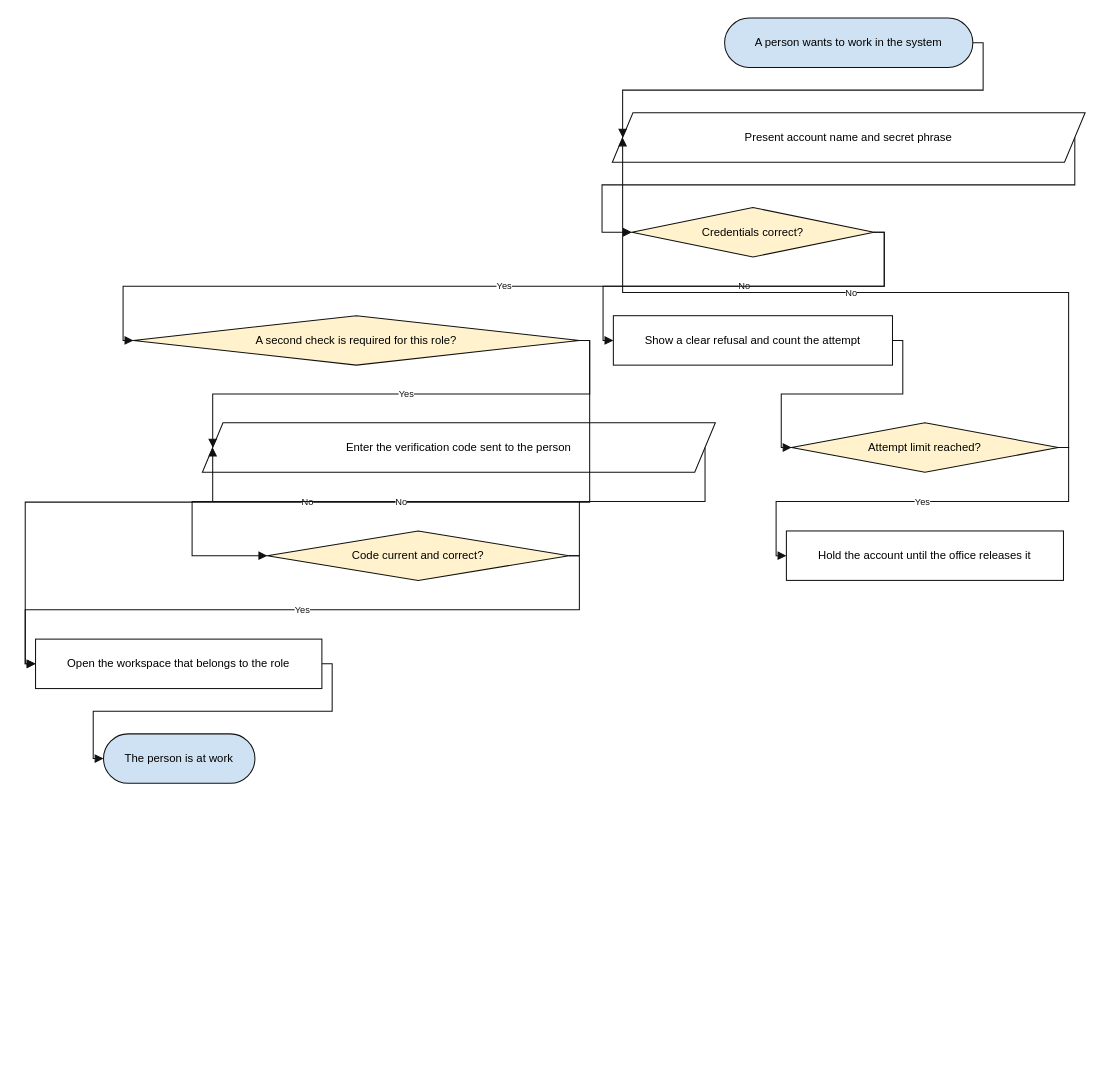
Earlier version of the draw.io diagram docs/diagrams/drawio/12-flowchart-02.drawio (urlsalimbot/THESIS1-KAPWA). Source tidied: cells renumbered, new cells numbered last; positions are measured from the earlier drawing's top-left corner, leaving out a move shared by most shapes. Both pictures are drawn from the tidied source at 103%, with x=0, y=0 at pixel (35, 18).
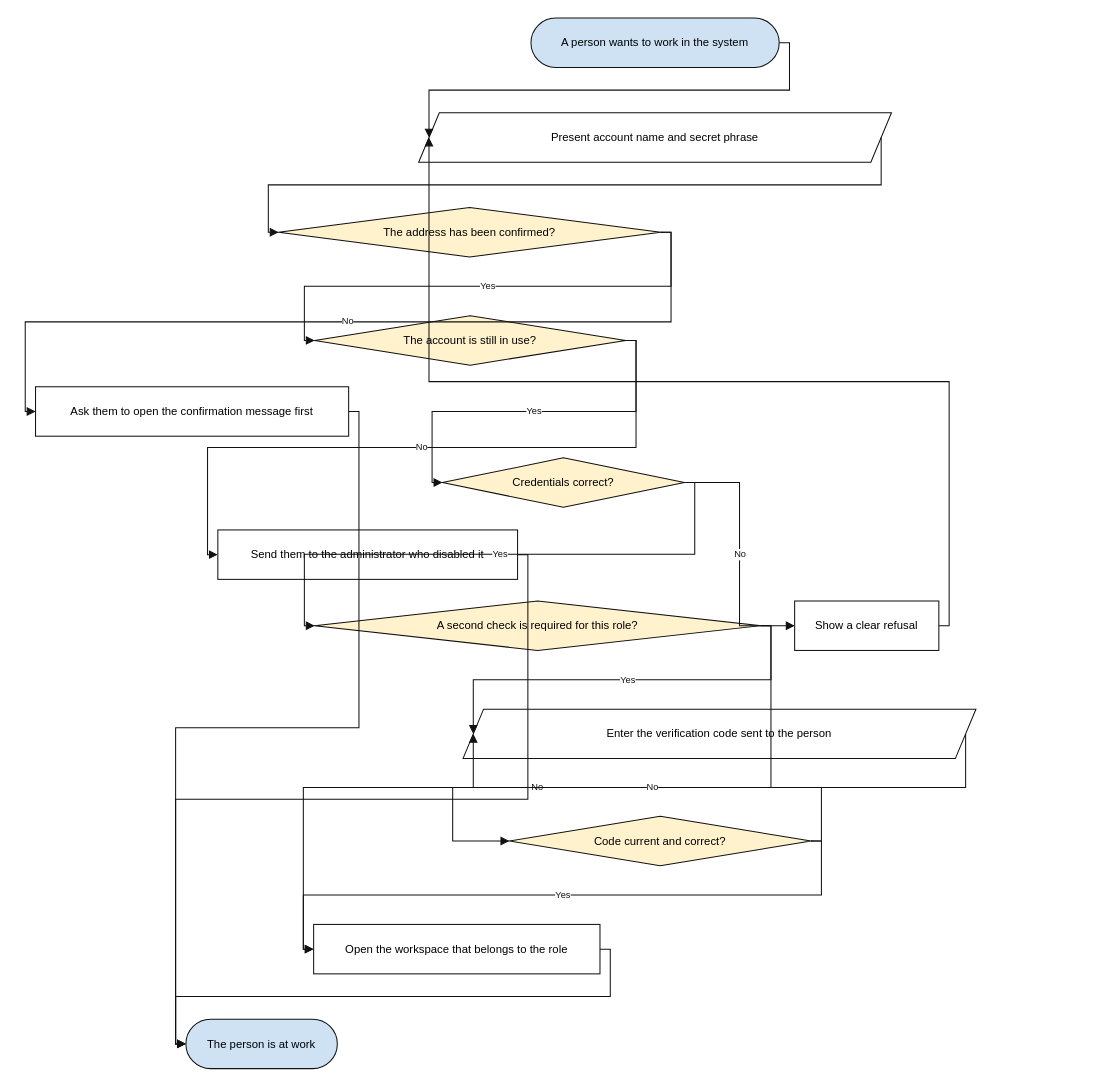
The same diagram, later.

Commit message (it also covers changes not shown here):
docs(flowchart): sign-in chart follows the real gate order

Diff of the diagram source:
```diff
@@
     <mxCell id="2" value="A person wants to work in the system" style="rounded=1;arcSize=50;whiteSpace=wrap;html=1;fillColor=#cfe2f3;strokeColor=#111111;fontSize=11;" parent="1" vertex="1">
-      <mxGeometry x="669" width="241" height="48" as="geometry" />
+      <mxGeometry x="481" width="241" height="48" as="geometry" />
     </mxCell>
     <mxCell id="3" value="Present account name and secret phrase" style="shape=parallelogram;perimeter=parallelogramPerimeter;whiteSpace=wrap;html=1;fixedSize=1;fillColor=#ffffff;strokeColor=#111111;fontSize=11;" parent="1" vertex="1">
-      <mxGeometry x="560" y="92" width="459" height="48" as="geometry" />
+      <mxGeometry x="372" y="92" width="459" height="48" as="geometry" />
     </mxCell>
+    <mxCell id="26" value="The address has been confirmed?" style="rhombus;whiteSpace=wrap;html=1;fillColor=#fff2cc;strokeColor=#111111;fontSize=11;" parent="1" vertex="1">
+      <mxGeometry x="236" y="184" width="371" height="48" as="geometry" />
+    </mxCell>
+    <mxCell id="27" value="Ask them to open the confirmation message first" style="rounded=0;whiteSpace=wrap;html=1;fillColor=#ffffff;strokeColor=#111111;fontSize=11;" parent="1" vertex="1">
+      <mxGeometry y="358" width="304" height="48" as="geometry" />
+    </mxCell>
+    <mxCell id="28" value="The account is still in use?" style="rhombus;whiteSpace=wrap;html=1;fillColor=#fff2cc;strokeColor=#111111;fontSize=11;" parent="1" vertex="1">
+      <mxGeometry x="271" y="289" width="302" height="48" as="geometry" />
+    </mxCell>
+    <mxCell id="7" value="Send them to the administrator who disabled it" style="rounded=0;whiteSpace=wrap;html=1;fillColor=#ffffff;strokeColor=#111111;fontSize=11;" parent="1" vertex="1">
+      <mxGeometry x="177" y="497" width="291" height="48" as="geometry" />
+    </mxCell>
     <mxCell id="4" value="Credentials correct?" style="rhombus;whiteSpace=wrap;html=1;fillColor=#fff2cc;strokeColor=#111111;fontSize=11;" parent="1" vertex="1">
-      <mxGeometry x="579" y="184" width="235" height="48" as="geometry" />
+      <mxGeometry x="395" y="427" width="235" height="48" as="geometry" />
     </mxCell>
-    <mxCell id="5" value="Show a clear refusal and count the attempt" style="rounded=0;whiteSpace=wrap;html=1;fillColor=#ffffff;strokeColor=#111111;fontSize=11;" parent="1" vertex="1">
-      <mxGeometry x="561" y="289" width="271" height="48" as="geometry" />
+    <mxCell id="5" value="Show a clear refusal" style="rounded=0;whiteSpace=wrap;html=1;fillColor=#ffffff;strokeColor=#111111;fontSize=11;" parent="1" vertex="1">
+      <mxGeometry x="737" y="566" width="140" height="48" as="geometry" />
     </mxCell>
-    <mxCell id="6" value="Attempt limit reached?" style="rhombus;whiteSpace=wrap;html=1;fillColor=#fff2cc;strokeColor=#111111;fontSize=11;" parent="1" vertex="1">
-      <mxGeometry x="734" y="393" width="259" height="48" as="geometry" />
-    </mxCell>
-    <mxCell id="7" value="Hold the account until the office releases it" style="rounded=0;whiteSpace=wrap;html=1;fillColor=#ffffff;strokeColor=#111111;fontSize=11;" parent="1" vertex="1">
-      <mxGeometry x="729" y="498" width="269" height="48" as="geometry" />
-    </mxCell>
     <mxCell id="8" value="A second check is required for this role?" style="rhombus;whiteSpace=wrap;html=1;fillColor=#fff2cc;strokeColor=#111111;fontSize=11;" parent="1" vertex="1">
-      <mxGeometry x="95" y="289" width="433" height="48" as="geometry" />
+      <mxGeometry x="271" y="566" width="433" height="48" as="geometry" />
     </mxCell>
     <mxCell id="9" value="Enter the verification code sent to the person" style="shape=parallelogram;perimeter=parallelogramPerimeter;whiteSpace=wrap;html=1;fixedSize=1;fillColor=#ffffff;strokeColor=#111111;fontSize=11;" parent="1" vertex="1">
-      <mxGeometry x="162" y="393" width="498" height="48" as="geometry" />
+      <mxGeometry x="415" y="671" width="498" height="48" as="geometry" />
     </mxCell>
     <mxCell id="10" value="Code current and correct?" style="rhombus;whiteSpace=wrap;html=1;fillColor=#fff2cc;strokeColor=#111111;fontSize=11;" parent="1" vertex="1">
-      <mxGeometry x="225" y="498" width="293" height="48" as="geometry" />
+      <mxGeometry x="460" y="775" width="293" height="48" as="geometry" />
     </mxCell>
     <mxCell id="11" value="Open the workspace that belongs to the role" style="rounded=0;whiteSpace=wrap;html=1;fillColor=#ffffff;strokeColor=#111111;fontSize=11;" parent="1" vertex="1">
-      <mxGeometry y="603" width="278" height="48" as="geometry" />
+      <mxGeometry x="270" y="880" width="278" height="48" as="geometry" />
     </mxCell>
     <mxCell id="12" value="The person is at work" style="rounded=1;arcSize=50;whiteSpace=wrap;html=1;fillColor=#cfe2f3;strokeColor=#111111;fontSize=11;" parent="1" vertex="1">
-      <mxGeometry x="66" y="695" width="147" height="48" as="geometry" />
+      <mxGeometry x="146" y="972" width="147" height="48" as="geometry" />
     </mxCell>
@@
-    <mxCell id="14" style="edgeStyle=orthogonalEdgeStyle;rounded=0;html=1;endArrow=block;endFill=1;strokeColor=#111111;fontSize=9;fontColor=#111111;exitX=1;exitY=0.5;exitDx=0;exitDy=0;entryX=0;entryY=0.5;entryDx=0;entryDy=0;" parent="1" edge="1" source="3" target="4">
+    <mxCell id="14" style="edgeStyle=orthogonalEdgeStyle;rounded=0;html=1;endArrow=block;endFill=1;strokeColor=#111111;fontSize=9;fontColor=#111111;exitX=1;exitY=0.5;exitDx=0;exitDy=0;entryX=0;entryY=0.5;entryDx=0;entryDy=0;" parent="1" edge="1" source="3" target="26">
       <mxGeometry relative="1" as="geometry" />
     </mxCell>
-    <mxCell id="15" value="No" style="edgeStyle=orthogonalEdgeStyle;rounded=0;html=1;endArrow=block;endFill=1;strokeColor=#111111;fontSize=9;fontColor=#111111;exitX=1;exitY=0.5;exitDx=0;exitDy=0;entryX=0;entryY=0.5;entryDx=0;entryDy=0;" parent="1" edge="1" source="4" target="5">
+    <mxCell id="15" value="No" style="edgeStyle=orthogonalEdgeStyle;rounded=0;html=1;endArrow=block;endFill=1;strokeColor=#111111;fontSize=9;fontColor=#111111;exitX=1;exitY=0.5;exitDx=0;exitDy=0;entryX=0;entryY=0.5;entryDx=0;entryDy=0;" parent="1" edge="1" source="26" target="27">
       <mxGeometry relative="1" as="geometry" />
     </mxCell>
-    <mxCell id="16" style="edgeStyle=orthogonalEdgeStyle;rounded=0;html=1;endArrow=block;endFill=1;strokeColor=#111111;fontSize=9;fontColor=#111111;exitX=1;exitY=0.5;exitDx=0;exitDy=0;entryX=0;entryY=0.5;entryDx=0;entryDy=0;" parent="1" edge="1" source="5" target="6">
+    <mxCell id="16" style="edgeStyle=orthogonalEdgeStyle;rounded=0;html=1;endArrow=block;endFill=1;strokeColor=#111111;fontSize=9;fontColor=#111111;exitX=1;exitY=0.5;exitDx=0;exitDy=0;entryX=0;entryY=0.5;entryDx=0;entryDy=0;" parent="1" edge="1" source="27" target="12">
       <mxGeometry relative="1" as="geometry" />
     </mxCell>
-    <mxCell id="17" value="Yes" style="edgeStyle=orthogonalEdgeStyle;rounded=0;html=1;endArrow=block;endFill=1;strokeColor=#111111;fontSize=9;fontColor=#111111;exitX=1;exitY=0.5;exitDx=0;exitDy=0;entryX=0;entryY=0.5;entryDx=0;entryDy=0;" parent="1" edge="1" source="6" target="7">
+    <mxCell id="17" value="Yes" style="edgeStyle=orthogonalEdgeStyle;rounded=0;html=1;endArrow=block;endFill=1;strokeColor=#111111;fontSize=9;fontColor=#111111;exitX=1;exitY=0.5;exitDx=0;exitDy=0;entryX=0;entryY=0.5;entryDx=0;entryDy=0;" parent="1" edge="1" source="26" target="28">
       <mxGeometry relative="1" as="geometry" />
     </mxCell>
-    <mxCell id="18" value="No" style="edgeStyle=orthogonalEdgeStyle;rounded=0;html=1;endArrow=block;endFill=1;strokeColor=#111111;fontSize=9;fontColor=#111111;exitX=1;exitY=0.5;exitDx=0;exitDy=0;entryX=0;entryY=0.5;entryDx=0;entryDy=0;" parent="1" edge="1" source="6" target="3">
+    <mxCell id="18" value="No" style="edgeStyle=orthogonalEdgeStyle;rounded=0;html=1;endArrow=block;endFill=1;strokeColor=#111111;fontSize=9;fontColor=#111111;exitX=1;exitY=0.5;exitDx=0;exitDy=0;entryX=0;entryY=0.5;entryDx=0;entryDy=0;" parent="1" edge="1" source="28" target="7">
       <mxGeometry relative="1" as="geometry" />
     </mxCell>
-    <mxCell id="19" value="Yes" style="edgeStyle=orthogonalEdgeStyle;rounded=0;html=1;endArrow=block;endFill=1;strokeColor=#111111;fontSize=9;fontColor=#111111;exitX=1;exitY=0.5;exitDx=0;exitDy=0;entryX=0;entryY=0.5;entryDx=0;entryDy=0;" parent="1" edge="1" source="4" target="8">
+    <mxCell id="19" style="edgeStyle=orthogonalEdgeStyle;rounded=0;html=1;endArrow=block;endFill=1;strokeColor=#111111;fontSize=9;fontColor=#111111;exitX=1;exitY=0.5;exitDx=0;exitDy=0;entryX=0;entryY=0.5;entryDx=0;entryDy=0;" parent="1" edge="1" source="7" target="12">
       <mxGeometry relative="1" as="geometry" />
     </mxCell>
-    <mxCell id="20" value="No" style="edgeStyle=orthogonalEdgeStyle;rounded=0;html=1;endArrow=block;endFill=1;strokeColor=#111111;fontSize=9;fontColor=#111111;exitX=1;exitY=0.5;exitDx=0;exitDy=0;entryX=0;entryY=0.5;entryDx=0;entryDy=0;" parent="1" edge="1" source="8" target="11">
+    <mxCell id="20" value="Yes" style="edgeStyle=orthogonalEdgeStyle;rounded=0;html=1;endArrow=block;endFill=1;strokeColor=#111111;fontSize=9;fontColor=#111111;exitX=1;exitY=0.5;exitDx=0;exitDy=0;entryX=0;entryY=0.5;entryDx=0;entryDy=0;" parent="1" edge="1" source="28" target="4">
       <mxGeometry relative="1" as="geometry" />
     </mxCell>
-    <mxCell id="21" value="Yes" style="edgeStyle=orthogonalEdgeStyle;rounded=0;html=1;endArrow=block;endFill=1;strokeColor=#111111;fontSize=9;fontColor=#111111;exitX=1;exitY=0.5;exitDx=0;exitDy=0;entryX=0;entryY=0.5;entryDx=0;entryDy=0;" parent="1" edge="1" source="8" target="9">
+    <mxCell id="21" value="No" style="edgeStyle=orthogonalEdgeStyle;rounded=0;html=1;endArrow=block;endFill=1;strokeColor=#111111;fontSize=9;fontColor=#111111;exitX=1;exitY=0.5;exitDx=0;exitDy=0;entryX=0;entryY=0.5;entryDx=0;entryDy=0;" parent="1" edge="1" source="4" target="5">
       <mxGeometry relative="1" as="geometry" />
     </mxCell>
-    <mxCell id="22" style="edgeStyle=orthogonalEdgeStyle;rounded=0;html=1;endArrow=block;endFill=1;strokeColor=#111111;fontSize=9;fontColor=#111111;exitX=1;exitY=0.5;exitDx=0;exitDy=0;entryX=0;entryY=0.5;entryDx=0;entryDy=0;" parent="1" edge="1" source="9" target="10">
+    <mxCell id="22" style="edgeStyle=orthogonalEdgeStyle;rounded=0;html=1;endArrow=block;endFill=1;strokeColor=#111111;fontSize=9;fontColor=#111111;exitX=1;exitY=0.5;exitDx=0;exitDy=0;entryX=0;entryY=0.5;entryDx=0;entryDy=0;" parent="1" edge="1" source="5" target="3">
       <mxGeometry relative="1" as="geometry" />
     </mxCell>
-    <mxCell id="23" value="Yes" style="edgeStyle=orthogonalEdgeStyle;rounded=0;html=1;endArrow=block;endFill=1;strokeColor=#111111;fontSize=9;fontColor=#111111;exitX=1;exitY=0.5;exitDx=0;exitDy=0;entryX=0;entryY=0.5;entryDx=0;entryDy=0;" parent="1" edge="1" source="10" target="11">
+    <mxCell id="23" value="Yes" style="edgeStyle=orthogonalEdgeStyle;rounded=0;html=1;endArrow=block;endFill=1;strokeColor=#111111;fontSize=9;fontColor=#111111;exitX=1;exitY=0.5;exitDx=0;exitDy=0;entryX=0;entryY=0.5;entryDx=0;entryDy=0;" parent="1" edge="1" source="4" target="8">
       <mxGeometry relative="1" as="geometry" />
     </mxCell>
-    <mxCell id="24" value="No" style="edgeStyle=orthogonalEdgeStyle;rounded=0;html=1;endArrow=block;endFill=1;strokeColor=#111111;fontSize=9;fontColor=#111111;exitX=1;exitY=0.5;exitDx=0;exitDy=0;entryX=0;entryY=0.5;entryDx=0;entryDy=0;" parent="1" edge="1" source="10" target="9">
+    <mxCell id="24" value="No" style="edgeStyle=orthogonalEdgeStyle;rounded=0;html=1;endArrow=block;endFill=1;strokeColor=#111111;fontSize=9;fontColor=#111111;exitX=1;exitY=0.5;exitDx=0;exitDy=0;entryX=0;entryY=0.5;entryDx=0;entryDy=0;" parent="1" edge="1" source="8" target="11">
       <mxGeometry relative="1" as="geometry" />
     </mxCell>
-    <mxCell id="25" style="edgeStyle=orthogonalEdgeStyle;rounded=0;html=1;endArrow=block;endFill=1;strokeColor=#111111;fontSize=9;fontColor=#111111;exitX=1;exitY=0.5;exitDx=0;exitDy=0;entryX=0;entryY=0.5;entryDx=0;entryDy=0;" parent="1" edge="1" source="11" target="12">
+    <mxCell id="25" value="Yes" style="edgeStyle=orthogonalEdgeStyle;rounded=0;html=1;endArrow=block;endFill=1;strokeColor=#111111;fontSize=9;fontColor=#111111;exitX=1;exitY=0.5;exitDx=0;exitDy=0;entryX=0;entryY=0.5;entryDx=0;entryDy=0;" parent="1" edge="1" source="8" target="9">
       <mxGeometry relative="1" as="geometry" />
     </mxCell>
+    <mxCell id="29" style="edgeStyle=orthogonalEdgeStyle;rounded=0;html=1;endArrow=block;endFill=1;strokeColor=#111111;fontSize=9;fontColor=#111111;exitX=1;exitY=0.5;exitDx=0;exitDy=0;entryX=0;entryY=0.5;entryDx=0;entryDy=0;" parent="1" edge="1" source="9" target="10">
+      <mxGeometry relative="1" as="geometry" />
+    </mxCell>
+    <mxCell id="30" value="Yes" style="edgeStyle=orthogonalEdgeStyle;rounded=0;html=1;endArrow=block;endFill=1;strokeColor=#111111;fontSize=9;fontColor=#111111;exitX=1;exitY=0.5;exitDx=0;exitDy=0;entryX=0;entryY=0.5;entryDx=0;entryDy=0;" parent="1" edge="1" source="10" target="11">
+      <mxGeometry relative="1" as="geometry" />
+    </mxCell>
+    <mxCell id="31" value="No" style="edgeStyle=orthogonalEdgeStyle;rounded=0;html=1;endArrow=block;endFill=1;strokeColor=#111111;fontSize=9;fontColor=#111111;exitX=1;exitY=0.5;exitDx=0;exitDy=0;entryX=0;entryY=0.5;entryDx=0;entryDy=0;" parent="1" edge="1" source="10" target="9">
+      <mxGeometry relative="1" as="geometry" />
+    </mxCell>
+    <mxCell id="32" style="edgeStyle=orthogonalEdgeStyle;rounded=0;html=1;endArrow=block;endFill=1;strokeColor=#111111;fontSize=9;fontColor=#111111;exitX=1;exitY=0.5;exitDx=0;exitDy=0;entryX=0;entryY=0.5;entryDx=0;entryDy=0;" parent="1" edge="1" source="11" target="12">
+      <mxGeometry relative="1" as="geometry" />
+    </mxCell>
```
